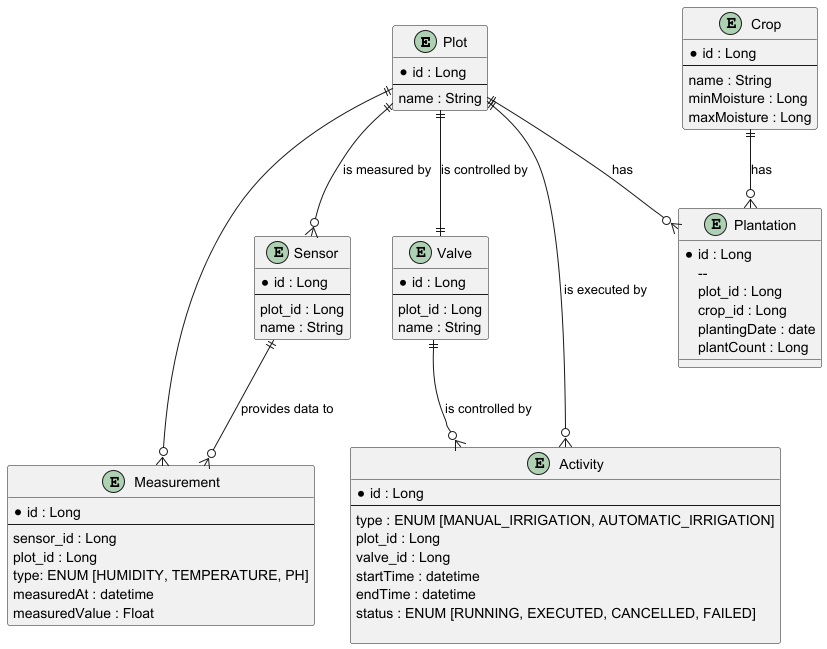
This is docs/er-model.png from franebebic/Irrigation, a PlantUML export, as it was before one commit. The source it was exported from:
```plantuml
@startuml

entity "Plot" {
  * id : Long
  --
  name : String
}

entity "Crop" {
  * id : Long
  --
  name : String
  minMoisture : Long
  maxMoisture : Long
}

entity "Plantation" {
 * id : Long
  --
  plot_id : Long
  crop_id : Long
  plantingDate : date
  plantCount : Long
}

entity "Sensor" {
  * id : Long
  --
  plot_id : Long
  name : String
}

entity "Valve" {
  * id : Long
  --
  plot_id : Long
  name : String
}

entity "Measurement" {
  * id : Long
  --
  sensor_id : Long
  plot_id : Long
  type: ENUM [HUMIDITY, TEMPERATURE, PH]
  measuredAt : datetime
  measuredValue : Float
}

entity "Activity" {
  * id : Long
  --
  type : ENUM [MANUAL_IRRIGATION, AUTOMATIC_IRRIGATION]
  plot_id : Long
  valve_id : Long
  startTime : datetime
  endTime : datetime
  status : ENUM [RUNNING, EXECUTED, CANCELLED, FAILED]

}

Plot ||--o{ Activity: is executed by
Valve ||--o{ Activity: is controlled by

Crop ||--o{ Plantation: has
Plot ||--o{ Plantation: has

Plot ||--o{ Sensor :is measured by
Plot ||--|| Valve : is controlled by

Plot ||--o{Measurement
Sensor ||--o{Measurement: provides data to

@enduml
```
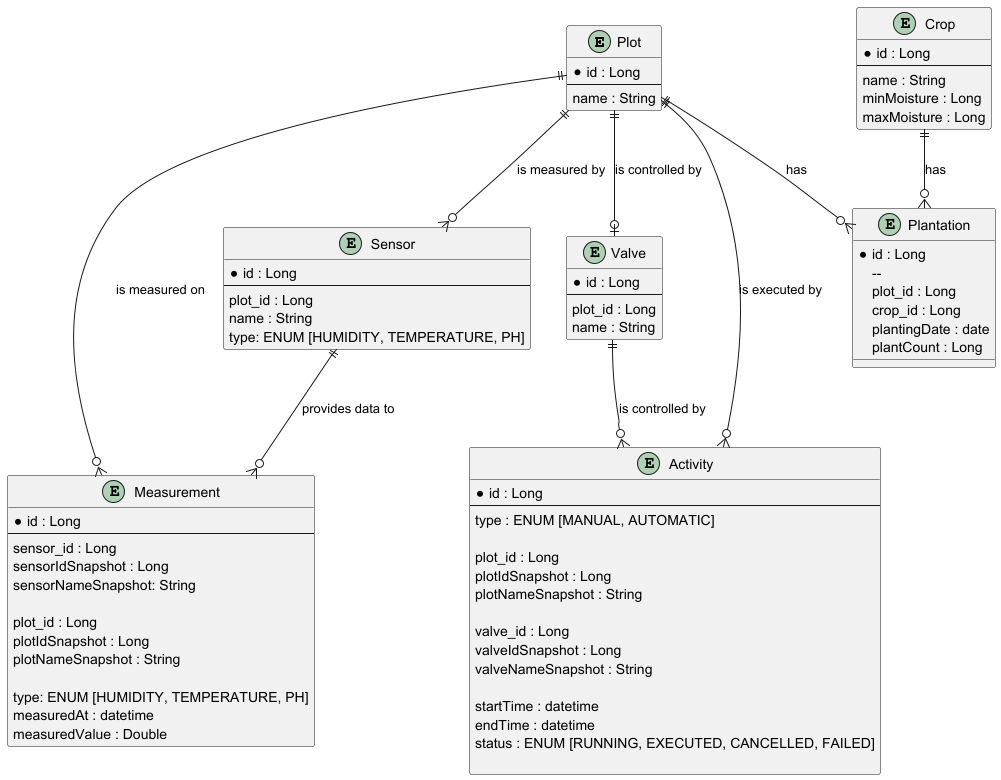
The same diagram one commit later.

The edit, as a diff of the source:
```diff
@@ -28,6 +28,7 @@
   --
   plot_id : Long
   name : String
+  type: ENUM [HUMIDITY, TEMPERATURE, PH]
 }
 
 entity "Valve" {
@@ -41,18 +42,31 @@
   * id : Long
   --
   sensor_id : Long
+  sensorIdSnapshot : Long
+  sensorNameSnapshot: String
+
   plot_id : Long
+  plotIdSnapshot : Long
+  plotNameSnapshot : String
+
   type: ENUM [HUMIDITY, TEMPERATURE, PH]
   measuredAt : datetime
-  measuredValue : Float
+  measuredValue : Double
 }
 
 entity "Activity" {
   * id : Long
   --
-  type : ENUM [MANUAL_IRRIGATION, AUTOMATIC_IRRIGATION]
+  type : ENUM [MANUAL, AUTOMATIC]
+
   plot_id : Long
+  plotIdSnapshot : Long
+  plotNameSnapshot : String
+
   valve_id : Long
+  valveIdSnapshot : Long
+  valveNameSnapshot : String
+
   startTime : datetime
   endTime : datetime
   status : ENUM [RUNNING, EXECUTED, CANCELLED, FAILED]
@@ -66,9 +80,9 @@
 Plot ||--o{ Plantation: has
 
 Plot ||--o{ Sensor :is measured by
-Plot ||--|| Valve : is controlled by
+Plot ||--o| Valve : is controlled by
 
-Plot ||--o{Measurement
+Plot ||--o{Measurement : is measured on
 Sensor ||--o{Measurement: provides data to
 
 @enduml
```
